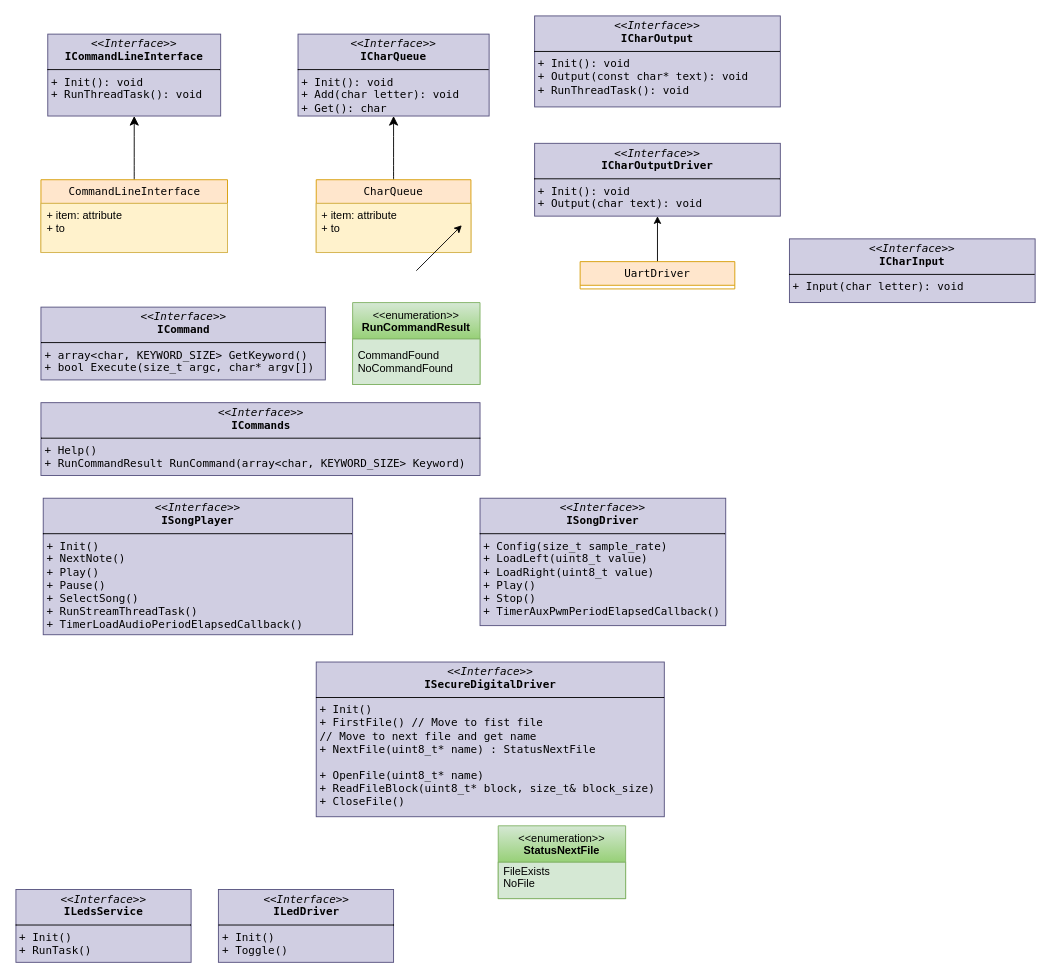
The draw.io diagram docs/Music_Player.drawio in Hitthesurf/music_player, before the edit. Source tidied: cells renumbered, new cells numbered last; positions are measured from the earlier drawing's top-left corner, leaving out a move shared by most shapes. Both pictures are drawn from the tidied source at 91%, with x=0, y=0 at pixel (15, 15).
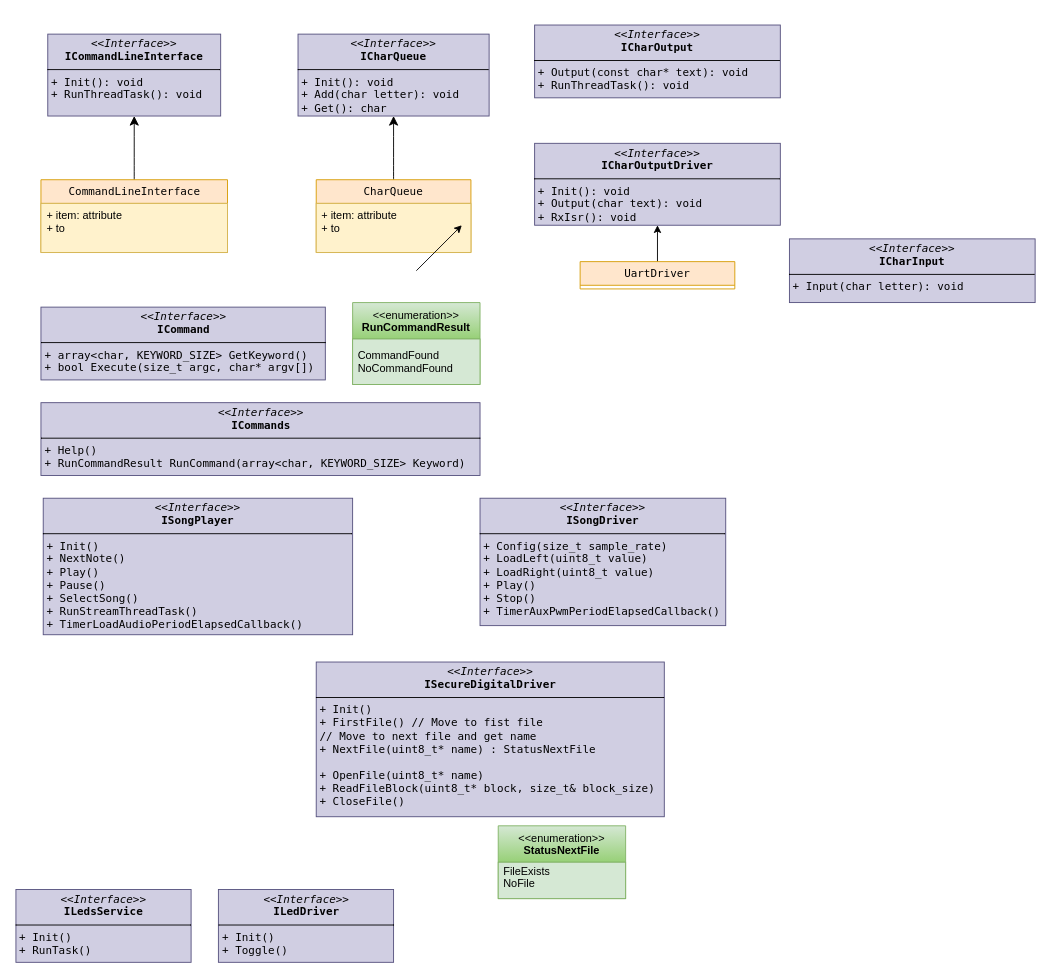
The same diagram, later.

Change to the diagram source:
```diff
@@
-    <mxCell id="21" value="&lt;p style=&quot;margin:0px;margin-top:4px;text-align:center;&quot;&gt;&lt;i&gt;&amp;lt;&amp;lt;Interface&amp;gt;&amp;gt;&lt;/i&gt;&lt;br&gt;&lt;b style=&quot;&quot;&gt;&lt;font&gt;ICharOutput&lt;/font&gt;&lt;/b&gt;&lt;/p&gt;&lt;hr style=&quot;border-style:solid;&quot; size=&quot;1&quot;&gt;&lt;p style=&quot;margin:0px;margin-left:4px;&quot;&gt;&lt;font&gt;+ Init(): void&lt;br&gt;+ Output(const char* text): void&lt;/font&gt;&lt;/p&gt;&lt;p style=&quot;margin:0px;margin-left:4px;&quot;&gt;&lt;font&gt;+ RunThreadTask(): void&lt;/font&gt;&lt;/p&gt;" style="verticalAlign=top;align=left;overflow=fill;html=1;whiteSpace=wrap;fillColor=#d0cee2;strokeColor=#56517e;fontFamily=Lucida Console;" parent="1" vertex="1">
-      <mxGeometry x="570" width="270" height="100" as="geometry" />
+    <mxCell id="21" value="&lt;p style=&quot;margin:0px;margin-top:4px;text-align:center;&quot;&gt;&lt;i&gt;&amp;lt;&amp;lt;Interface&amp;gt;&amp;gt;&lt;/i&gt;&lt;br&gt;&lt;b style=&quot;&quot;&gt;&lt;font&gt;ICharOutput&lt;/font&gt;&lt;/b&gt;&lt;/p&gt;&lt;hr style=&quot;border-style:solid;&quot; size=&quot;1&quot;&gt;&lt;p style=&quot;margin:0px;margin-left:4px;&quot;&gt;&lt;font&gt;+ Output(const char* text): void&lt;/font&gt;&lt;/p&gt;&lt;p style=&quot;margin:0px;margin-left:4px;&quot;&gt;&lt;font&gt;+ RunThreadTask(): void&lt;/font&gt;&lt;/p&gt;" style="verticalAlign=top;align=left;overflow=fill;html=1;whiteSpace=wrap;fillColor=#d0cee2;strokeColor=#56517e;fontFamily=Lucida Console;" parent="1" vertex="1">
+      <mxGeometry x="570" y="10" width="270" height="80" as="geometry" />
     </mxCell>
-    <mxCell id="22" value="&lt;p style=&quot;margin:0px;margin-top:4px;text-align:center;&quot;&gt;&lt;i&gt;&amp;lt;&amp;lt;Interface&amp;gt;&amp;gt;&lt;/i&gt;&lt;br&gt;&lt;b style=&quot;&quot;&gt;&lt;font&gt;ICharOutputDriver&lt;/font&gt;&lt;/b&gt;&lt;/p&gt;&lt;hr style=&quot;border-style:solid;&quot; size=&quot;1&quot;&gt;&lt;p style=&quot;margin:0px;margin-left:4px;&quot;&gt;&lt;font&gt;+ Init(): void&lt;br&gt;+ Output(char text): void&lt;/font&gt;&lt;/p&gt;" style="verticalAlign=top;align=left;overflow=fill;html=1;whiteSpace=wrap;fillColor=#d0cee2;strokeColor=#56517e;fontFamily=Lucida Console;" parent="1" vertex="1">
-      <mxGeometry x="570" y="140" width="270" height="80" as="geometry" />
+    <mxCell id="22" value="&lt;p style=&quot;margin:0px;margin-top:4px;text-align:center;&quot;&gt;&lt;i&gt;&amp;lt;&amp;lt;Interface&amp;gt;&amp;gt;&lt;/i&gt;&lt;br&gt;&lt;b style=&quot;&quot;&gt;&lt;font&gt;ICharOutputDriver&lt;/font&gt;&lt;/b&gt;&lt;/p&gt;&lt;hr style=&quot;border-style:solid;&quot; size=&quot;1&quot;&gt;&lt;p style=&quot;margin:0px;margin-left:4px;&quot;&gt;&lt;font&gt;+ Init(): void&lt;br&gt;+ Output(char text): void&lt;/font&gt;&lt;/p&gt;&lt;p style=&quot;margin:0px;margin-left:4px;&quot;&gt;&lt;font&gt;+ RxIsr(): void&lt;/font&gt;&lt;/p&gt;" style="verticalAlign=top;align=left;overflow=fill;html=1;whiteSpace=wrap;fillColor=#d0cee2;strokeColor=#56517e;fontFamily=Lucida Console;" parent="1" vertex="1">
+      <mxGeometry x="570" y="140" width="270" height="90" as="geometry" />
     </mxCell>
```
